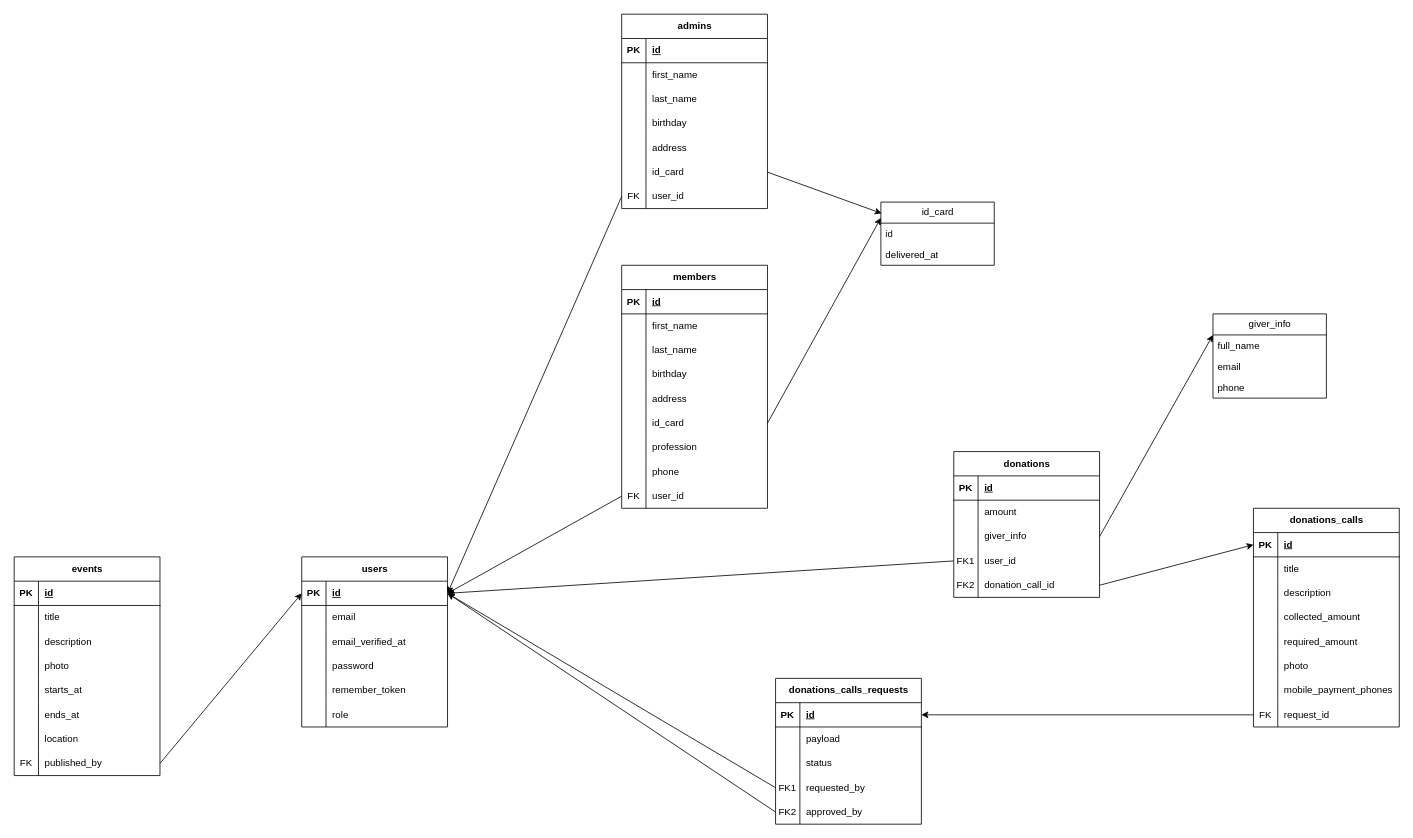
AmazingTool777/gestion-association-laravel-mysql keeps this draw.io diagram as diagrams.drawio. Above is the earlier version. Source tidied: cells renumbered, new cells numbered last; positions are measured from the earlier drawing's top-left corner, leaving out a move shared by most shapes. Both pictures are drawn from the tidied source at 81%, with x=0, y=0 at pixel (14, 14).
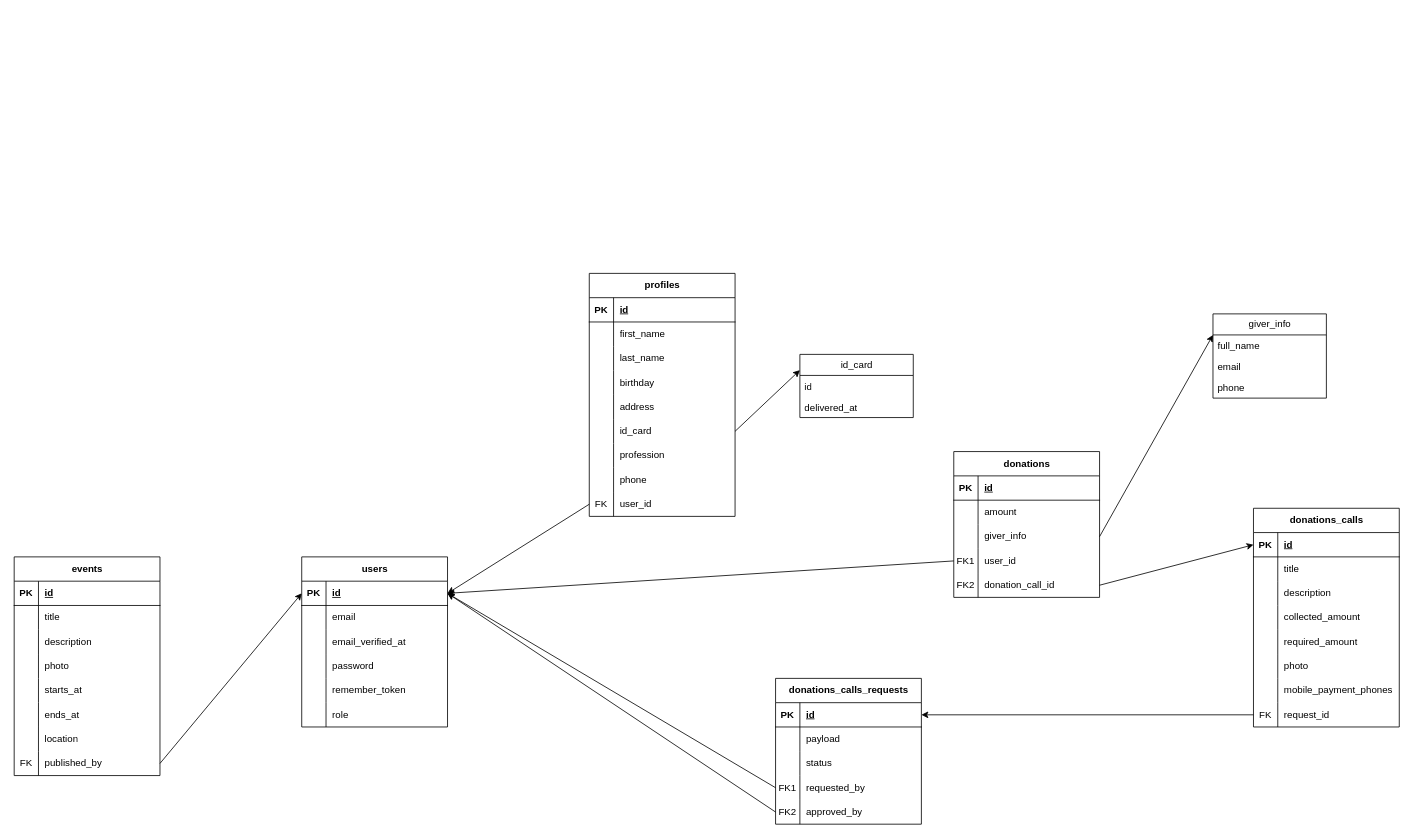
After the change.

Commit message (it also covers changes not shown here):
Profiles migration, seeder, model, diagram update

The change refers to these unchanged cells:
```xml
<mxCell id="3" style="shape=tableRow;horizontal=0;startSize=0;swimlaneHead=0;swimlaneBody=0;fillColor=none;points=[[0,0.5],[1,0.5]];portConstraint=eastwest;top=0;left=0;right=0;bottom=1;" parent="2" vertex="1">
  <mxGeometry y="30" width="180" height="30" as="geometry" />
</mxCell>
```

What changed in the source:
```diff
@@
-    <mxCell id="21" value="members" style="shape=table;startSize=30;childLayout=tableLayout;rowLines=0;fontStyle=1;align=center;html=1;" parent="1" vertex="1">
-      <mxGeometry x="750" y="310" width="180" height="300" as="geometry" />
+    <mxCell id="21" value="profiles" style="shape=table;startSize=30;childLayout=tableLayout;rowLines=0;fontStyle=1;align=center;html=1;" parent="1" vertex="1">
+      <mxGeometry x="710" y="320" width="180" height="300" as="geometry" />
     </mxCell>
@@
-    <mxCell id="50" value="admins" style="shape=table;startSize=30;childLayout=tableLayout;rowLines=0;fontStyle=1;align=center;html=1;" parent="1" vertex="1">
-      <mxGeometry x="750" width="180" height="240" as="geometry" />
-    </mxCell>
-    <mxCell id="51" style="shape=tableRow;horizontal=0;startSize=0;swimlaneHead=0;swimlaneBody=0;fillColor=none;top=0;left=0;right=0;bottom=1;" parent="50" vertex="1">
-      <mxGeometry y="30" width="180" height="30" as="geometry" />
-    </mxCell>
-    <mxCell id="52" value="PK" style="shape=partialRectangle;fillColor=none;top=0;left=0;bottom=0;right=0;fontStyle=1;overflow=hidden;whiteSpace=wrap;html=1;" parent="51" vertex="1">
-      <mxGeometry width="30" height="30" as="geometry" />
-    </mxCell>
-    <mxCell id="53" value="id" style="shape=partialRectangle;fillColor=none;top=0;left=0;bottom=0;right=0;align=left;spacingLeft=6;fontStyle=5;overflow=hidden;whiteSpace=wrap;html=1;" parent="51" vertex="1">
-      <mxGeometry x="30" width="150" height="30" as="geometry" />
-    </mxCell>
-    <mxCell id="54" style="shape=tableRow;horizontal=0;startSize=0;swimlaneHead=0;swimlaneBody=0;fillColor=none;top=0;left=0;right=0;bottom=0;" parent="50" vertex="1">
-      <mxGeometry y="60" width="180" height="30" as="geometry" />
-    </mxCell>
-    <mxCell id="55" style="shape=partialRectangle;fillColor=none;top=0;left=0;bottom=0;right=0;overflow=hidden;whiteSpace=wrap;html=1;" parent="54" vertex="1">
-      <mxGeometry width="30" height="30" as="geometry" />
-    </mxCell>
-    <mxCell id="56" value="first_name" style="shape=partialRectangle;fillColor=none;top=0;left=0;bottom=0;right=0;align=left;spacingLeft=6;overflow=hidden;whiteSpace=wrap;html=1;" parent="54" vertex="1">
-      <mxGeometry x="30" width="150" height="30" as="geometry" />
-    </mxCell>
-    <mxCell id="57" style="shape=tableRow;horizontal=0;startSize=0;swimlaneHead=0;swimlaneBody=0;fillColor=none;top=0;left=0;right=0;bottom=0;" parent="50" vertex="1">
-      <mxGeometry y="90" width="180" height="30" as="geometry" />
-    </mxCell>
-    <mxCell id="58" style="shape=partialRectangle;fillColor=none;top=0;left=0;bottom=0;right=0;overflow=hidden;whiteSpace=wrap;html=1;" parent="57" vertex="1">
-      <mxGeometry width="30" height="30" as="geometry" />
-    </mxCell>
-    <mxCell id="59" value="last_name" style="shape=partialRectangle;fillColor=none;top=0;left=0;bottom=0;right=0;align=left;spacingLeft=6;overflow=hidden;whiteSpace=wrap;html=1;" parent="57" vertex="1">
-      <mxGeometry x="30" width="150" height="30" as="geometry" />
-    </mxCell>
-    <mxCell id="60" style="shape=tableRow;horizontal=0;startSize=0;swimlaneHead=0;swimlaneBody=0;fillColor=none;top=0;left=0;right=0;bottom=0;" parent="50" vertex="1">
-      <mxGeometry y="120" width="180" height="30" as="geometry" />
-    </mxCell>
-    <mxCell id="61" style="shape=partialRectangle;fillColor=none;top=0;left=0;bottom=0;right=0;overflow=hidden;whiteSpace=wrap;html=1;" parent="60" vertex="1">
-      <mxGeometry width="30" height="30" as="geometry" />
-    </mxCell>
-    <mxCell id="62" value="birthday" style="shape=partialRectangle;fillColor=none;top=0;left=0;bottom=0;right=0;align=left;spacingLeft=6;overflow=hidden;whiteSpace=wrap;html=1;" parent="60" vertex="1">
-      <mxGeometry x="30" width="150" height="30" as="geometry" />
-    </mxCell>
-    <mxCell id="63" style="shape=tableRow;horizontal=0;startSize=0;swimlaneHead=0;swimlaneBody=0;fillColor=none;top=0;left=0;right=0;bottom=0;" parent="50" vertex="1">
-      <mxGeometry y="150" width="180" height="30" as="geometry" />
-    </mxCell>
-    <mxCell id="64" style="shape=partialRectangle;fillColor=none;top=0;left=0;bottom=0;right=0;overflow=hidden;whiteSpace=wrap;html=1;" parent="63" vertex="1">
-      <mxGeometry width="30" height="30" as="geometry" />
-    </mxCell>
-    <mxCell id="65" value="address" style="shape=partialRectangle;fillColor=none;top=0;left=0;bottom=0;right=0;align=left;spacingLeft=6;overflow=hidden;whiteSpace=wrap;html=1;" parent="63" vertex="1">
-      <mxGeometry x="30" width="150" height="30" as="geometry" />
-    </mxCell>
-    <mxCell id="66" style="shape=tableRow;horizontal=0;startSize=0;swimlaneHead=0;swimlaneBody=0;fillColor=none;points=[[0,0.5],[1,0.5]];portConstraint=eastwest;top=0;left=0;right=0;bottom=0;" parent="50" vertex="1">
-      <mxGeometry y="180" width="180" height="30" as="geometry" />
-    </mxCell>
-    <mxCell id="67" style="shape=partialRectangle;fillColor=none;top=0;left=0;bottom=0;right=0;overflow=hidden;whiteSpace=wrap;html=1;" parent="66" vertex="1">
-      <mxGeometry width="30" height="30" as="geometry" />
-    </mxCell>
-    <mxCell id="68" value="id_card" style="shape=partialRectangle;fillColor=none;top=0;left=0;bottom=0;right=0;align=left;spacingLeft=6;overflow=hidden;whiteSpace=wrap;html=1;" parent="66" vertex="1">
-      <mxGeometry x="30" width="150" height="30" as="geometry" />
-    </mxCell>
-    <mxCell id="69" style="shape=tableRow;horizontal=0;startSize=0;swimlaneHead=0;swimlaneBody=0;fillColor=none;points=[[0,0.5],[1,0.5]];portConstraint=eastwest;top=0;left=0;right=0;bottom=0;" parent="50" vertex="1">
-      <mxGeometry y="210" width="180" height="30" as="geometry" />
-    </mxCell>
-    <mxCell id="70" value="FK" style="shape=partialRectangle;fillColor=none;top=0;left=0;bottom=0;right=0;overflow=hidden;whiteSpace=wrap;html=1;" parent="69" vertex="1">
-      <mxGeometry width="30" height="30" as="geometry" />
-    </mxCell>
-    <mxCell id="71" value="user_id" style="shape=partialRectangle;fillColor=none;top=0;left=0;bottom=0;right=0;align=left;spacingLeft=6;overflow=hidden;whiteSpace=wrap;html=1;" parent="69" vertex="1">
-      <mxGeometry x="30" width="150" height="30" as="geometry" />
-    </mxCell>
-    <mxCell id="72" style="edgeStyle=none;html=1;entryX=1;entryY=0.5;entryDx=0;entryDy=0;exitX=0;exitY=0.5;exitDx=0;exitDy=0;" parent="1" edge="1" source="69" target="3">
-      <mxGeometry relative="1" as="geometry" />
-    </mxCell>
@@
     <mxCell id="161" value="id_card" style="swimlane;fontStyle=0;horizontal=1;startSize=26;fillColor=none;html=1;" parent="1" vertex="1">
-      <mxGeometry x="1070" y="232" width="140" height="78" as="geometry" />
+      <mxGeometry x="970" y="420" width="140" height="78" as="geometry" />
     </mxCell>
@@
-    <mxCell id="164" style="edgeStyle=none;html=1;entryX=0.007;entryY=0.179;entryDx=0;entryDy=0;entryPerimeter=0;exitX=1;exitY=0.5;exitDx=0;exitDy=0;" parent="1" edge="1" source="66" target="161">
-      <mxGeometry relative="1" as="geometry" />
-    </mxCell>
```
